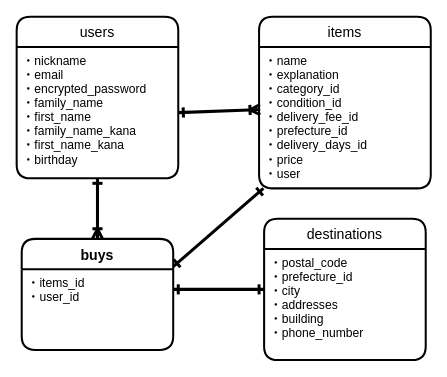
Earlier version of the draw.io diagram furima.dio (akirausui19871117/furima-33829). Source tidied: cells renumbered, new cells numbered last; positions are measured from the earlier drawing's top-left corner, leaving out a move shared by most shapes. Both pictures are drawn from the tidied source at 101%, with x=0, y=0 at pixel (16, 16).
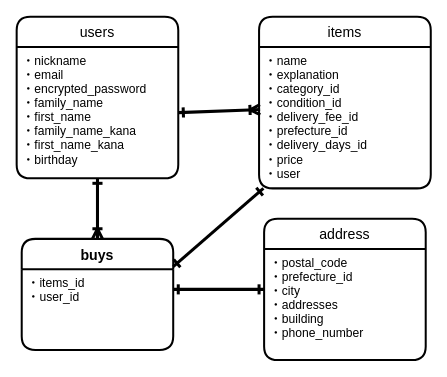
The same diagram, later.

What changed in the source:
```diff
@@
 <mxGraphModel>
   <root>
     <mxCell id="0" />
     <mxCell id="1" parent="0" />
     <mxCell id="2" value="users" style="swimlane;horizontal=1;startSize=30;rounded=1;fontSize=14;fontStyle=0;strokeWidth=2;shadow=0;dashed=0;align=center;" parent="1" vertex="1">
       <mxGeometry width="160" height="160" as="geometry" />
     </mxCell>
     <mxCell id="3" value="・nickname&#10;・email&#10;・encrypted_password&#10;・family_name&#10;・first_name &#10;・family_name_kana&#10;・first_name_kana&#10;・birthday" style="align=left;strokeColor=none;fillColor=none;spacingLeft=4;fontSize=12;verticalAlign=top;" parent="2" vertex="1">
       <mxGeometry y="30" width="160" height="130" as="geometry" />
     </mxCell>
     <mxCell id="4" value="items" style="swimlane;horizontal=1;startSize=30;rounded=1;fontSize=14;fontStyle=0;strokeWidth=2;shadow=0;dashed=0;align=center;" parent="1" vertex="1">
       <mxGeometry x="240" width="170" height="170" as="geometry" />
     </mxCell>
     <mxCell id="5" value="・name&#10;・explanation &#10;・category_id&#10;・condition_id&#10;・delivery_fee_id &#10;・prefecture_id&#10;・delivery_days_id&#10;・price &#10;・user" style="align=left;strokeColor=none;fillColor=none;spacingLeft=4;fontSize=12;verticalAlign=top;" parent="4" vertex="1">
       <mxGeometry y="30" width="170" height="140" as="geometry" />
     </mxCell>
     <mxCell id="6" style="edgeStyle=none;jettySize=auto;html=1;exitX=0.5;exitY=0;exitDx=0;exitDy=0;entryX=0.5;entryY=1;entryDx=0;entryDy=0;startArrow=ERoneToMany;startFill=0;endArrow=ERone;endFill=0;strokeWidth=3;fontSize=10;" parent="1" edge="1" source="7" target="3">
       <mxGeometry relative="1" as="geometry" />
     </mxCell>
     <mxCell id="7" value="buys" style="swimlane;horizontal=1;startSize=30;rounded=1;fontSize=14;fontStyle=1;strokeWidth=2;shadow=0;dashed=0;align=center;" parent="1" vertex="1">
       <mxGeometry x="5" y="220" width="150" height="110" as="geometry" />
     </mxCell>
     <mxCell id="8" value="・items_id&#10;・user_id&#10;" style="align=left;strokeColor=none;fillColor=none;spacingLeft=4;fontSize=12;verticalAlign=top;" parent="7" vertex="1">
       <mxGeometry y="30" width="150" height="80" as="geometry" />
     </mxCell>
     <mxCell id="9" style="edgeStyle=none;jettySize=auto;html=1;exitX=0;exitY=0.5;exitDx=0;exitDy=0;entryX=1;entryY=0.25;entryDx=0;entryDy=0;startArrow=ERone;startFill=0;endArrow=ERone;endFill=0;strokeWidth=3;fontSize=10;fontStyle=0;" parent="1" edge="1" source="10" target="8">
       <mxGeometry relative="1" as="geometry" />
     </mxCell>
-    <mxCell id="10" value="destinations" style="swimlane;horizontal=1;startSize=30;rounded=1;fontSize=14;fontStyle=0;strokeWidth=2;shadow=0;dashed=0;align=center;" parent="1" vertex="1">
+    <mxCell id="10" value="address" style="swimlane;horizontal=1;startSize=30;rounded=1;fontSize=14;fontStyle=0;strokeWidth=2;shadow=0;dashed=0;align=center;" parent="1" vertex="1">
       <mxGeometry x="245" y="200" width="160" height="140" as="geometry" />
     </mxCell>
     <mxCell id="11" value="・postal_code&#10;・prefecture_id&#10;・city&#10;・addresses&#10;・building&#10;・phone_number&#10;" style="align=left;strokeColor=none;fillColor=none;spacingLeft=4;fontSize=12;verticalAlign=top;fontStyle=0;" parent="10" vertex="1">
       <mxGeometry y="30" width="160" height="110" as="geometry" />
     </mxCell>
     <mxCell id="12" style="edgeStyle=none;jettySize=auto;html=1;exitX=0.006;exitY=0.443;exitDx=0;exitDy=0;entryX=1;entryY=0.5;entryDx=0;entryDy=0;startArrow=ERoneToMany;startFill=0;endArrow=ERone;endFill=0;strokeWidth=3;fontSize=10;exitPerimeter=0;" parent="1" edge="1" source="5" target="3">
       <mxGeometry relative="1" as="geometry" />
     </mxCell>
     <mxCell id="13" style="edgeStyle=none;jettySize=auto;html=1;entryX=1;entryY=0.25;entryDx=0;entryDy=0;startArrow=ERone;startFill=0;endArrow=ERone;endFill=0;strokeWidth=3;fontSize=10;fontStyle=0;" parent="1" edge="1" source="5" target="7">
       <mxGeometry relative="1" as="geometry" />
     </mxCell>
   </root>
 </mxGraphModel>
```
